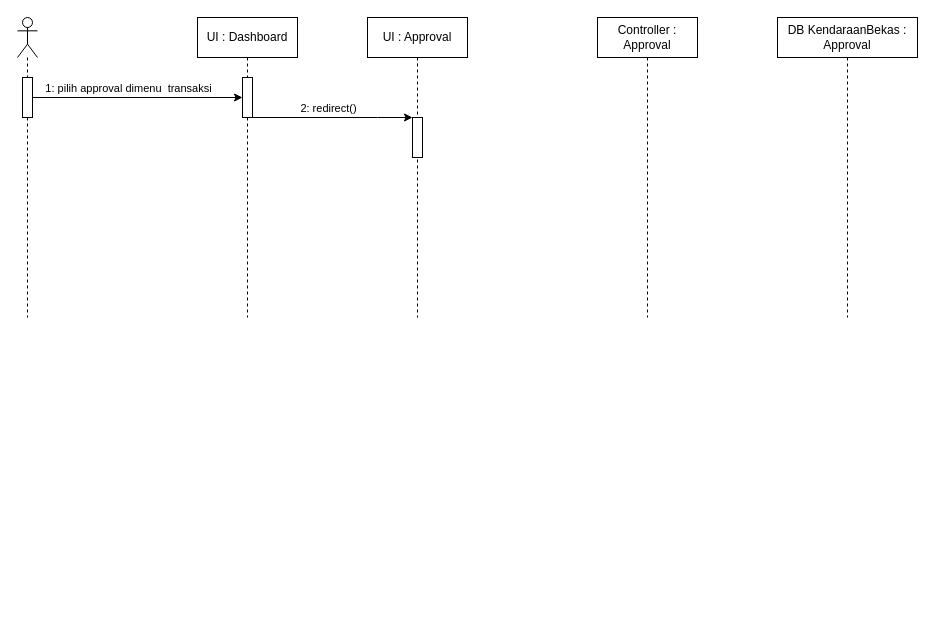
DevinWilliady/KendaraanBekasUML keeps this draw.io diagram as page "Menerima Approval" (10 of 16) of UML/Sequence Web.drawio. Above is the earlier version. Source tidied: cells renumbered, new cells numbered last; positions are measured from the earlier drawing's top-left corner, leaving out a move shared by most shapes. Both pictures are drawn from the tidied source at 100%, with x=0, y=0 at pixel (17, 17).
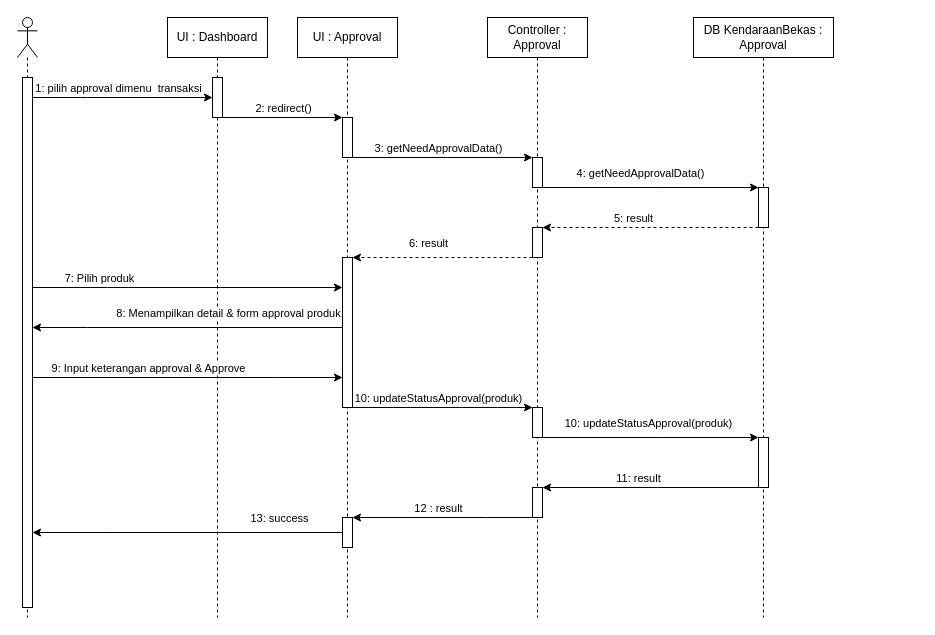
The same diagram, later.

Unchanged cells that the change refers to:
```xml
<mxCell id="5" style="html=1;points=[];perimeter=orthogonalPerimeter;" parent="4" vertex="1">
  <mxGeometry x="45" y="60" width="10" height="40" as="geometry" />
</mxCell>
<mxCell id="7" style="html=1;points=[];perimeter=orthogonalPerimeter;" parent="6" vertex="1">
  <mxGeometry x="45" y="100" width="10" height="40" as="geometry" />
</mxCell>
```

The edit, as a diff of the source:
```diff
@@
     <mxCell id="2" style="shape=umlLifeline;participant=umlActor;perimeter=lifelinePerimeter;whiteSpace=wrap;html=1;verticalAlign=top;spacingTop=36;" parent="1" vertex="1">
-      <mxGeometry width="20" height="300" as="geometry" />
+      <mxGeometry width="20" height="600" as="geometry" />
     </mxCell>
     <mxCell id="3" style="html=1;points=[];perimeter=orthogonalPerimeter;" parent="2" vertex="1">
-      <mxGeometry x="5" y="60" width="10" height="40" as="geometry" />
+      <mxGeometry x="5" y="60" width="10" height="530" as="geometry" />
     </mxCell>
     <mxCell id="4" value="UI : Dashboard" style="shape=umlLifeline;perimeter=lifelinePerimeter;whiteSpace=wrap;html=1;" parent="1" vertex="1">
-      <mxGeometry x="180" width="100" height="300" as="geometry" />
+      <mxGeometry x="150" width="100" height="600" as="geometry" />
     </mxCell>
@@
     <mxCell id="6" value="UI : Approval" style="shape=umlLifeline;perimeter=lifelinePerimeter;whiteSpace=wrap;html=1;" parent="1" vertex="1">
-      <mxGeometry x="350" width="100" height="300" as="geometry" />
+      <mxGeometry x="280" width="100" height="600" as="geometry" />
     </mxCell>
@@
+    <mxCell id="14" style="html=1;points=[];perimeter=orthogonalPerimeter;" parent="6" vertex="1">
+      <mxGeometry x="45" y="240" width="10" height="150" as="geometry" />
+    </mxCell>
+    <mxCell id="15" style="html=1;points=[];perimeter=orthogonalPerimeter;" parent="6" vertex="1">
+      <mxGeometry x="45" y="500" width="10" height="30" as="geometry" />
+    </mxCell>
     <mxCell id="8" value="Controller : Approval" style="shape=umlLifeline;perimeter=lifelinePerimeter;whiteSpace=wrap;html=1;" parent="1" vertex="1">
-      <mxGeometry x="580" width="100" height="300" as="geometry" />
+      <mxGeometry x="470" width="100" height="600" as="geometry" />
     </mxCell>
+    <mxCell id="16" style="html=1;points=[];perimeter=orthogonalPerimeter;" parent="8" vertex="1">
+      <mxGeometry x="45" y="140" width="10" height="30" as="geometry" />
+    </mxCell>
+    <mxCell id="17" style="html=1;points=[];perimeter=orthogonalPerimeter;" parent="8" vertex="1">
+      <mxGeometry x="45" y="210" width="10" height="30" as="geometry" />
+    </mxCell>
+    <mxCell id="18" style="html=1;points=[];perimeter=orthogonalPerimeter;" parent="8" vertex="1">
+      <mxGeometry x="45" y="390" width="10" height="30" as="geometry" />
+    </mxCell>
+    <mxCell id="19" style="html=1;points=[];perimeter=orthogonalPerimeter;" parent="8" vertex="1">
+      <mxGeometry x="45" y="470" width="10" height="30" as="geometry" />
+    </mxCell>
     <mxCell id="9" style="edgeStyle=orthogonalEdgeStyle;rounded=0;jettySize=auto;html=1;" parent="1" edge="1" source="3" target="5">
-      <mxGeometry relative="1" as="geometry" />
+      <mxGeometry relative="1" as="geometry">
+        <Array as="points">
+          <mxPoint x="70" y="80" />
+          <mxPoint x="70" y="80" />
+        </Array>
+      </mxGeometry>
     </mxCell>
@@
     <mxCell id="11" style="edgeStyle=orthogonalEdgeStyle;rounded=0;jettySize=auto;html=1;" parent="1" edge="1" source="5" target="7">
       <mxGeometry relative="1" as="geometry">
         <Array as="points">
-          <mxPoint x="360" y="100" />
-          <mxPoint x="360" y="100" />
+          <mxPoint x="330" y="100" />
+          <mxPoint x="330" y="100" />
         </Array>
       </mxGeometry>
     </mxCell>
@@
     <mxCell id="13" value="DB KendaraanBekas : Approval" style="shape=umlLifeline;perimeter=lifelinePerimeter;whiteSpace=wrap;html=1;" parent="1" vertex="1">
-      <mxGeometry x="760" width="140" height="300" as="geometry" />
+      <mxGeometry x="676" width="140" height="600" as="geometry" />
     </mxCell>
+    <mxCell id="20" style="html=1;points=[];perimeter=orthogonalPerimeter;" parent="13" vertex="1">
+      <mxGeometry x="65" y="170" width="10" height="40" as="geometry" />
+    </mxCell>
+    <mxCell id="21" style="html=1;points=[];perimeter=orthogonalPerimeter;" parent="13" vertex="1">
+      <mxGeometry x="65" y="420" width="10" height="50" as="geometry" />
+    </mxCell>
+    <mxCell id="22" style="edgeStyle=orthogonalEdgeStyle;rounded=0;jettySize=auto;html=1;" parent="1" edge="1" source="7" target="16">
+      <mxGeometry relative="1" as="geometry">
+        <Array as="points">
+          <mxPoint x="430" y="140" />
+          <mxPoint x="430" y="140" />
+        </Array>
+      </mxGeometry>
+    </mxCell>
+    <mxCell id="23" value="3: getNeedApprovalData()" style="edgeLabel;html=1;align=center;verticalAlign=middle;" parent="22" vertex="1">
+      <mxGeometry x="-0.31" relative="1" as="geometry">
+        <mxPoint x="23" y="-10" as="offset" />
+      </mxGeometry>
+    </mxCell>
+    <mxCell id="24" style="edgeStyle=orthogonalEdgeStyle;rounded=0;jettySize=auto;html=1;" parent="1" edge="1" source="16" target="20">
+      <mxGeometry relative="1" as="geometry">
+        <Array as="points">
+          <mxPoint x="640" y="170" />
+          <mxPoint x="640" y="170" />
+        </Array>
+      </mxGeometry>
+    </mxCell>
+    <mxCell id="25" value="4: getNeedApprovalData()" style="edgeLabel;html=1;align=center;verticalAlign=middle;" parent="24" vertex="1">
+      <mxGeometry x="-0.16" y="-2" relative="1" as="geometry">
+        <mxPoint x="6" y="-17" as="offset" />
+      </mxGeometry>
+    </mxCell>
+    <mxCell id="26" style="edgeStyle=orthogonalEdgeStyle;rounded=0;jettySize=auto;html=1;dashed=1;" parent="1" edge="1" source="20" target="17">
+      <mxGeometry relative="1" as="geometry">
+        <Array as="points">
+          <mxPoint x="630" y="210" />
+          <mxPoint x="630" y="210" />
+        </Array>
+      </mxGeometry>
+    </mxCell>
+    <mxCell id="27" value="5: result" style="edgeLabel;html=1;align=center;verticalAlign=middle;" parent="26" vertex="1">
+      <mxGeometry x="0.25" relative="1" as="geometry">
+        <mxPoint x="9" y="-10" as="offset" />
+      </mxGeometry>
+    </mxCell>
+    <mxCell id="28" style="edgeStyle=orthogonalEdgeStyle;rounded=0;jettySize=auto;html=1;dashed=1;" parent="1" edge="1" source="17" target="14">
+      <mxGeometry relative="1" as="geometry">
+        <Array as="points">
+          <mxPoint x="470" y="240" />
+          <mxPoint x="470" y="240" />
+        </Array>
+      </mxGeometry>
+    </mxCell>
+    <mxCell id="29" value="6: result" style="edgeLabel;html=1;align=center;verticalAlign=middle;" parent="28" vertex="1">
+      <mxGeometry x="0.24" relative="1" as="geometry">
+        <mxPoint x="7" y="-15" as="offset" />
+      </mxGeometry>
+    </mxCell>
+    <mxCell id="30" style="edgeStyle=orthogonalEdgeStyle;rounded=0;jettySize=auto;html=1;" parent="1" edge="1" source="3" target="14">
+      <mxGeometry relative="1" as="geometry">
+        <Array as="points">
+          <mxPoint x="90" y="270" />
+          <mxPoint x="90" y="270" />
+        </Array>
+      </mxGeometry>
+    </mxCell>
+    <mxCell id="31" value="7: Pilih produk" style="edgeLabel;html=1;align=center;verticalAlign=middle;" parent="30" vertex="1">
+      <mxGeometry x="-0.77" y="2" relative="1" as="geometry">
+        <mxPoint x="30" y="-8" as="offset" />
+      </mxGeometry>
+    </mxCell>
+    <mxCell id="32" style="edgeStyle=orthogonalEdgeStyle;rounded=0;jettySize=auto;html=1;" parent="1" edge="1" source="14" target="3">
+      <mxGeometry relative="1" as="geometry">
+        <Array as="points">
+          <mxPoint x="70" y="310" />
+          <mxPoint x="70" y="310" />
+        </Array>
+      </mxGeometry>
+    </mxCell>
+    <mxCell id="33" value="8: Menampilkan detail &amp;amp; form approval produk" style="edgeLabel;html=1;align=center;verticalAlign=middle;" parent="32" vertex="1">
+      <mxGeometry x="-0.72" y="1" relative="1" as="geometry">
+        <mxPoint x="-72" y="-16" as="offset" />
+      </mxGeometry>
+    </mxCell>
+    <mxCell id="34" style="edgeStyle=orthogonalEdgeStyle;rounded=0;jettySize=auto;html=1;" parent="1" edge="1" source="3" target="14">
+      <mxGeometry relative="1" as="geometry">
+        <Array as="points">
+          <mxPoint x="260" y="360" />
+          <mxPoint x="260" y="360" />
+        </Array>
+      </mxGeometry>
+    </mxCell>
+    <mxCell id="35" value="9: Input keterangan approval &amp;amp; Approve" style="edgeLabel;html=1;align=center;verticalAlign=middle;" parent="34" vertex="1">
+      <mxGeometry x="-0.83" y="-1" relative="1" as="geometry">
+        <mxPoint x="89" y="-11" as="offset" />
+      </mxGeometry>
+    </mxCell>
+    <mxCell id="36" style="edgeStyle=orthogonalEdgeStyle;rounded=0;jettySize=auto;html=1;" parent="1" edge="1" source="14" target="18">
+      <mxGeometry relative="1" as="geometry">
+        <Array as="points">
+          <mxPoint x="480" y="390" />
+          <mxPoint x="480" y="390" />
+        </Array>
+      </mxGeometry>
+    </mxCell>
+    <mxCell id="37" value="10: updateStatusApproval(produk)" style="edgeLabel;html=1;align=center;verticalAlign=middle;" parent="36" vertex="1">
+      <mxGeometry x="-0.18" relative="1" as="geometry">
+        <mxPoint x="11" y="-10" as="offset" />
+      </mxGeometry>
+    </mxCell>
+    <mxCell id="38" style="edgeStyle=orthogonalEdgeStyle;rounded=0;jettySize=auto;html=1;" parent="1" edge="1" source="18" target="21">
+      <mxGeometry relative="1" as="geometry">
+        <Array as="points">
+          <mxPoint x="640" y="420" />
+          <mxPoint x="640" y="420" />
+        </Array>
+      </mxGeometry>
+    </mxCell>
+    <mxCell id="39" value="10: updateStatusApproval(produk)" style="edgeLabel;html=1;align=center;verticalAlign=middle;" parent="38" vertex="1">
+      <mxGeometry x="-0.28" relative="1" as="geometry">
+        <mxPoint x="27" y="-15" as="offset" />
+      </mxGeometry>
+    </mxCell>
+    <mxCell id="40" style="edgeStyle=orthogonalEdgeStyle;rounded=0;jettySize=auto;html=1;" parent="1" edge="1" source="21" target="19">
+      <mxGeometry relative="1" as="geometry">
+        <Array as="points">
+          <mxPoint x="640" y="470" />
+          <mxPoint x="640" y="470" />
+        </Array>
+      </mxGeometry>
+    </mxCell>
+    <mxCell id="41" value="11: result" style="edgeLabel;html=1;align=center;verticalAlign=middle;" parent="40" vertex="1">
+      <mxGeometry x="0.36" y="2" relative="1" as="geometry">
+        <mxPoint x="26" y="-12" as="offset" />
+      </mxGeometry>
+    </mxCell>
+    <mxCell id="42" style="edgeStyle=orthogonalEdgeStyle;rounded=0;jettySize=auto;html=1;" parent="1" edge="1" source="19" target="15">
+      <mxGeometry relative="1" as="geometry">
+        <Array as="points">
+          <mxPoint x="470" y="500" />
+          <mxPoint x="470" y="500" />
+        </Array>
+      </mxGeometry>
+    </mxCell>
+    <mxCell id="43" value="12 : result" style="edgeLabel;html=1;align=center;verticalAlign=middle;" parent="42" vertex="1">
+      <mxGeometry x="0.21" y="-1" relative="1" as="geometry">
+        <mxPoint x="14" y="-9" as="offset" />
+      </mxGeometry>
+    </mxCell>
+    <mxCell id="44" style="edgeStyle=orthogonalEdgeStyle;rounded=0;jettySize=auto;html=1;" parent="1" edge="1" source="15" target="3">
+      <mxGeometry relative="1" as="geometry">
+        <Array as="points">
+          <mxPoint x="90" y="515" />
+          <mxPoint x="90" y="515" />
+        </Array>
+      </mxGeometry>
+    </mxCell>
+    <mxCell id="45" value="13: success" style="edgeLabel;html=1;align=center;verticalAlign=middle;" parent="44" vertex="1">
+      <mxGeometry x="-0.34" relative="1" as="geometry">
+        <mxPoint x="38" y="-15" as="offset" />
+      </mxGeometry>
+    </mxCell>
```
